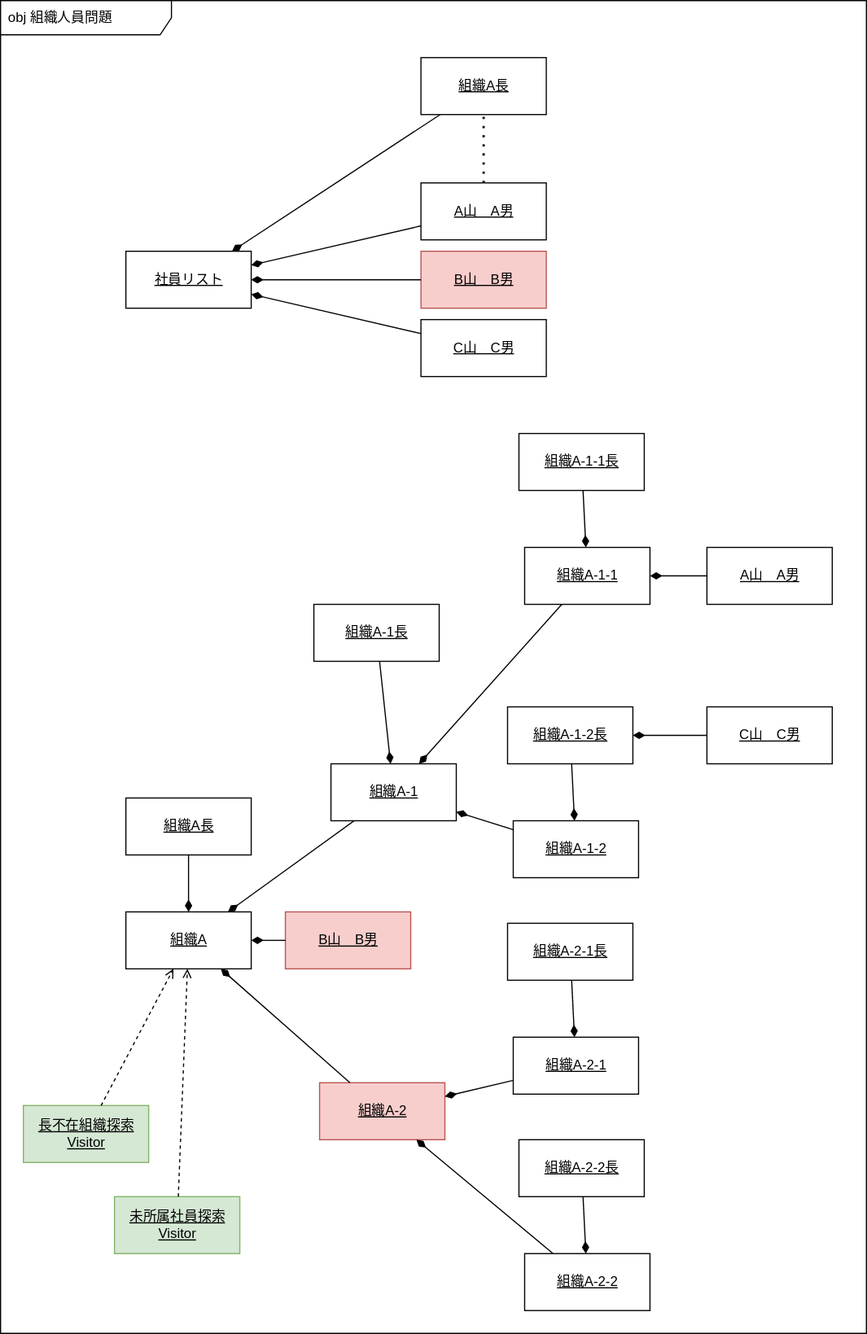
Above: Designs/組織構成設計/組織人員問題判定方法検討オブジェクト図.svg in bosssanovar/LightMvvmSample (draw.io), before the change. Source tidied: cells renumbered, new cells last; positions are measured from the earlier drawing's top-left corner, leaving out a move shared by most shapes.
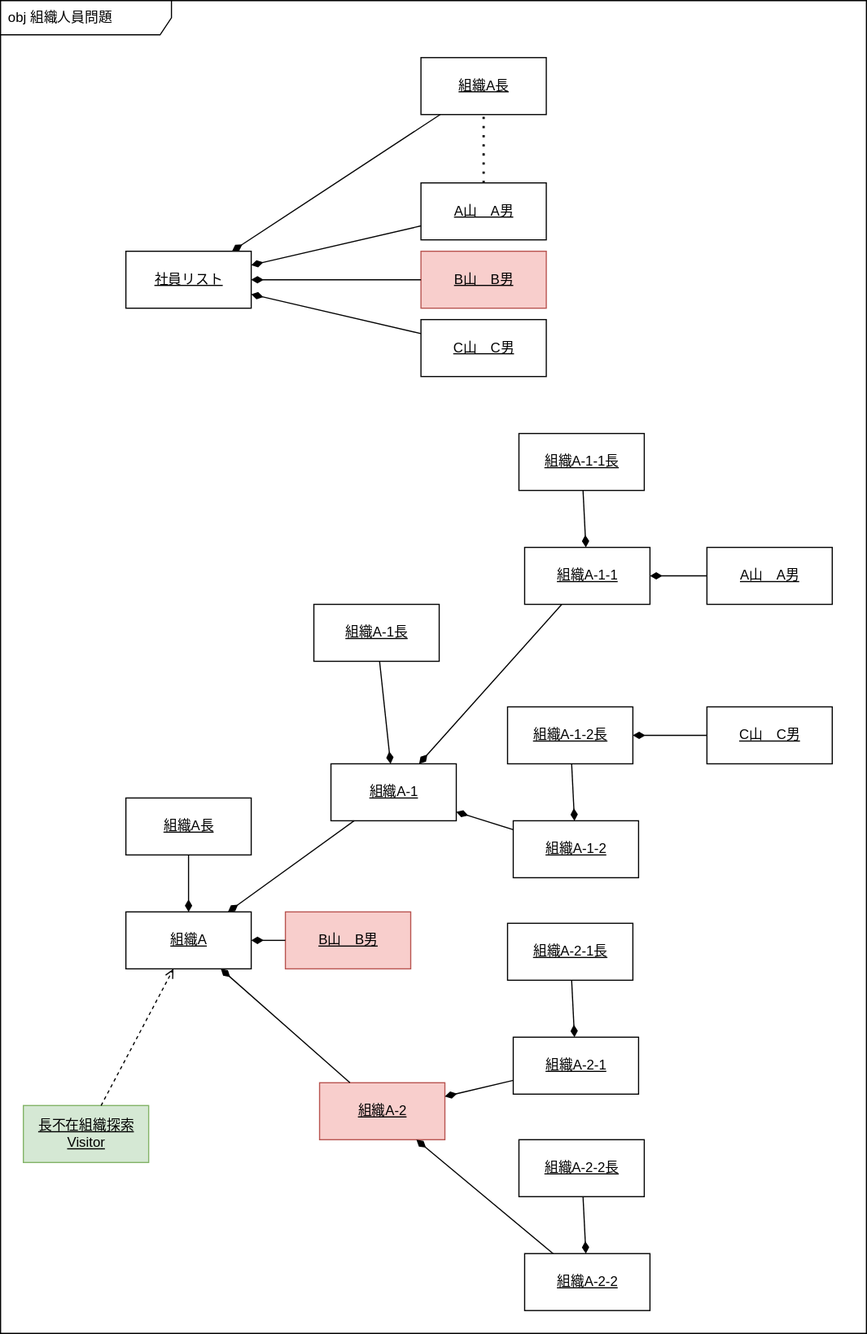
Above is the later version.

What changed in the source:
```diff
@@ -107,12 +107,6 @@
     <mxCell id="36" style="endArrow=none;startArrow=diamondThin;endFill=0;startFill=1;html=1;verticalAlign=bottom;labelBackgroundColor=none;strokeWidth=1;startSize=8;endSize=8;" parent="1" edge="1" source="30" target="34">
       <mxGeometry relative="1" as="geometry" />
     </mxCell>
-    <mxCell id="37" value="未所属社員探索&lt;br&gt;Visitor" style="html=1;fontStyle=4;fillColor=#d5e8d4;strokeColor=#82b366;" parent="1" vertex="1">
-      <mxGeometry x="100" y="1050" width="110" height="50" as="geometry" />
-    </mxCell>
-    <mxCell id="38" style="html=1;verticalAlign=bottom;labelBackgroundColor=none;endArrow=open;endFill=0;dashed=1;" parent="1" edge="1" source="37" target="3">
-      <mxGeometry relative="1" as="geometry" />
-    </mxCell>
     <mxCell id="39" value="A山　A男" style="html=1;fontStyle=4;" parent="1" vertex="1">
       <mxGeometry x="620" y="480" width="110" height="50" as="geometry" />
     </mxCell>
```
